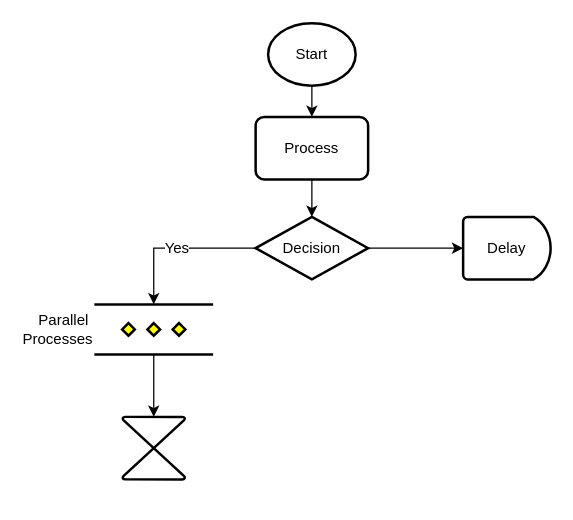
The draw.io diagram Legend.drawio in benstanfish/Diagrams, before the edit. Source tidied: cells renumbered, new cells numbered last; positions are measured from the earlier drawing's top-left corner, leaving out a move shared by most shapes. Both pictures are drawn from the tidied source at 125%, with x=0, y=0 at pixel (94, 22).
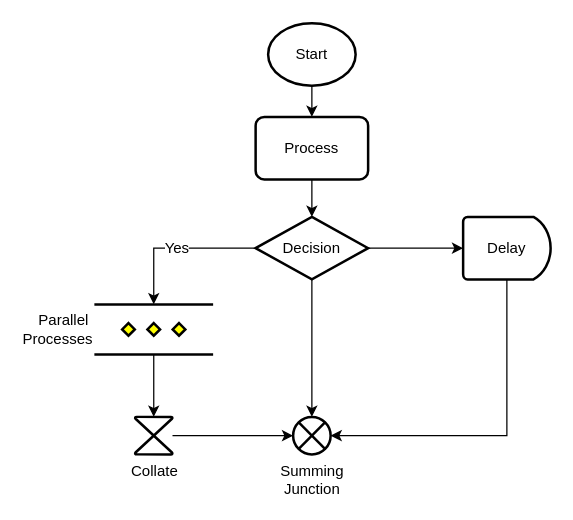
The same page after the edit.

What changed in the source:
```diff
@@
 <mxGraphModel>
   <root>
     <mxCell id="0" />
     <mxCell id="1" parent="0" />
     <mxCell id="2" style="edgeStyle=orthogonalEdgeStyle;rounded=0;jettySize=auto;html=1;entryX=0.5;entryY=0;entryDx=0;entryDy=0;" parent="1" edge="1" source="3" target="5">
       <mxGeometry relative="1" as="geometry" />
     </mxCell>
     <mxCell id="3" value="Start" style="strokeWidth=2;html=1;shape=mxgraph.flowchart.start_1;whiteSpace=wrap;spacing=12;" parent="1" vertex="1">
       <mxGeometry x="139" width="70" height="50" as="geometry" />
     </mxCell>
     <mxCell id="4" style="edgeStyle=orthogonalEdgeStyle;rounded=0;jettySize=auto;html=1;" parent="1" edge="1" source="5" target="7">
       <mxGeometry relative="1" as="geometry" />
     </mxCell>
     <mxCell id="5" value="Process" style="rounded=1;whiteSpace=wrap;html=1;absoluteArcSize=1;arcSize=14;strokeWidth=2;spacing=12;" parent="1" vertex="1">
       <mxGeometry x="129" y="75" width="90" height="50" as="geometry" />
     </mxCell>
     <mxCell id="6" style="edgeStyle=orthogonalEdgeStyle;rounded=0;jettySize=auto;html=1;" parent="1" edge="1" source="7" target="11">
       <mxGeometry relative="1" as="geometry" />
     </mxCell>
     <mxCell id="7" value="Decision" style="strokeWidth=2;html=1;shape=mxgraph.flowchart.decision;whiteSpace=wrap;spacing=12;" parent="1" vertex="1">
       <mxGeometry x="129" y="155" width="90" height="50" as="geometry" />
     </mxCell>
     <mxCell id="8" style="edgeStyle=orthogonalEdgeStyle;rounded=0;jettySize=auto;html=1;" parent="1" edge="1" source="9" target="12">
       <mxGeometry relative="1" as="geometry" />
     </mxCell>
     <mxCell id="9" value="Parallel&amp;nbsp;&lt;div&gt;Processes&lt;/div&gt;" style="verticalLabelPosition=middle;verticalAlign=middle;html=1;shape=mxgraph.flowchart.parallel_mode;strokeWidth=2;labelPosition=left;align=right;" parent="1" vertex="1">
       <mxGeometry y="225" width="95" height="40" as="geometry" />
     </mxCell>
     <mxCell id="10" value="Yes" style="edgeStyle=orthogonalEdgeStyle;rounded=0;jettySize=auto;html=1;entryX=0.5;entryY=0;entryDx=0;entryDy=0;entryPerimeter=0;fontSize=12;" parent="1" edge="1" source="7" target="9">
       <mxGeometry relative="1" as="geometry" />
     </mxCell>
     <mxCell id="11" value="Delay" style="strokeWidth=2;html=1;shape=mxgraph.flowchart.delay;whiteSpace=wrap;spacing=12;" parent="1" vertex="1">
       <mxGeometry x="295" y="155" width="70" height="50" as="geometry" />
     </mxCell>
-    <mxCell id="12" style="verticalLabelPosition=bottom;verticalAlign=top;html=1;shape=mxgraph.flowchart.collate;strokeWidth=2;" parent="1" vertex="1">
-      <mxGeometry x="22.5" y="315" width="50" height="50" as="geometry" />
+    <mxCell id="12" value="Collate" style="verticalLabelPosition=bottom;verticalAlign=top;html=1;shape=mxgraph.flowchart.collate;strokeWidth=2;" parent="1" vertex="1">
+      <mxGeometry x="32.5" y="315" width="30" height="30" as="geometry" />
     </mxCell>
+    <mxCell id="13" value="Summing&lt;div&gt;Junction&lt;/div&gt;" style="verticalLabelPosition=bottom;verticalAlign=top;html=1;shape=mxgraph.flowchart.or;strokeWidth=2;direction=south;" parent="1" vertex="1">
+      <mxGeometry x="159" y="315" width="30" height="30" as="geometry" />
+    </mxCell>
+    <mxCell id="14" style="edgeStyle=orthogonalEdgeStyle;rounded=0;jettySize=auto;html=1;entryX=0;entryY=0.5;entryDx=0;entryDy=0;entryPerimeter=0;fontFamily=Helvetica;fontSize=12;fontColor=default;" parent="1" edge="1" source="7" target="13">
+      <mxGeometry relative="1" as="geometry" />
+    </mxCell>
+    <mxCell id="15" style="edgeStyle=orthogonalEdgeStyle;rounded=0;jettySize=auto;html=1;entryX=0.5;entryY=1;entryDx=0;entryDy=0;entryPerimeter=0;fontFamily=Helvetica;fontSize=12;fontColor=default;" parent="1" edge="1" source="12" target="13">
+      <mxGeometry relative="1" as="geometry" />
+    </mxCell>
+    <mxCell id="16" style="edgeStyle=orthogonalEdgeStyle;rounded=0;jettySize=auto;html=1;entryX=0.5;entryY=0;entryDx=0;entryDy=0;entryPerimeter=0;fontFamily=Helvetica;fontSize=12;fontColor=default;" parent="1" edge="1" source="11" target="13">
+      <mxGeometry relative="1" as="geometry">
+        <Array as="points">
+          <mxPoint x="330" y="330" />
+        </Array>
+      </mxGeometry>
+    </mxCell>
   </root>
 </mxGraphModel>
```
